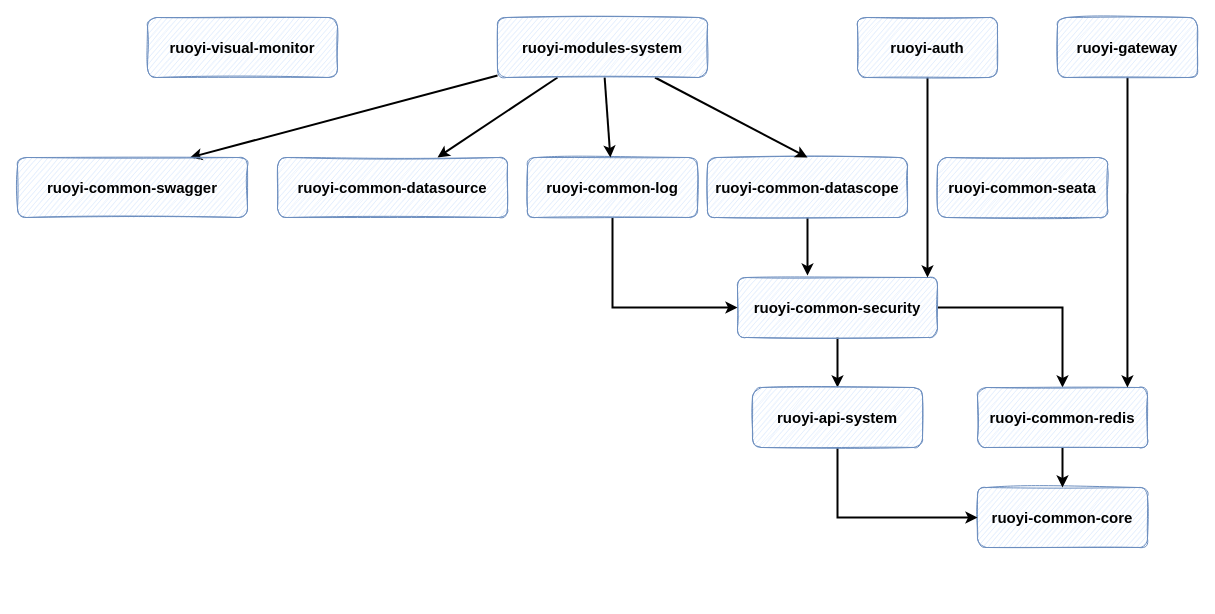
Before: static/images/cloud/若依Maven依赖图.drawio in FangYuan33/book-spring-cloud, a draw.io diagram. Source tidied: cells renumbered, new cells numbered last; positions are measured from the earlier drawing's top-left corner, leaving out a move shared by most shapes. Both pictures are drawn from the tidied source at 100%, with x=0, y=0 at pixel (17, 17).
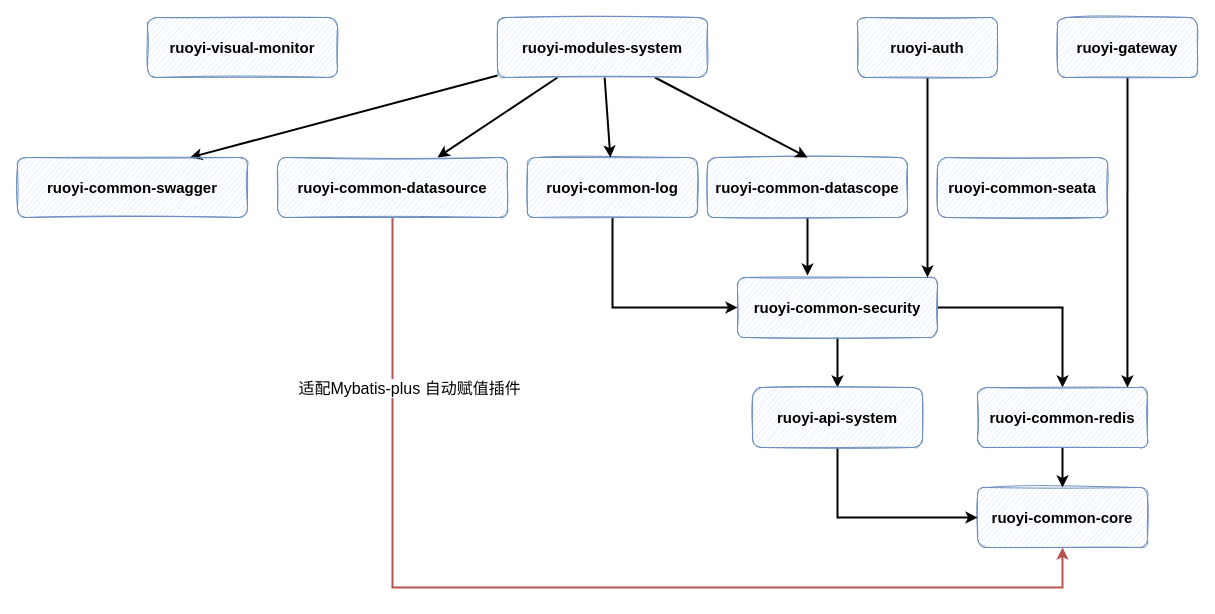
The same diagram, later.

The change refers to these unchanged cells:
```xml
<mxCell id="2" value="&lt;font style=&quot;font-size: 15px;&quot;&gt;&lt;b&gt;ruoyi-common-core&lt;/b&gt;&lt;/font&gt;" style="rounded=1;whiteSpace=wrap;html=1;fillColor=#dae8fc;strokeColor=#6c8ebf;sketch=1;" parent="1" vertex="1">
  <mxGeometry x="960" y="470" width="170" height="60" as="geometry" />
</mxCell>
<mxCell id="24" value="&lt;font style=&quot;font-size: 15px;&quot;&gt;&lt;b&gt;ruoyi-common-datasource&lt;/b&gt;&lt;/font&gt;" style="rounded=1;whiteSpace=wrap;html=1;fillColor=#dae8fc;strokeColor=#6c8ebf;sketch=1;" parent="1" vertex="1">
  <mxGeometry x="260" y="140" width="230" height="60" as="geometry" />
</mxCell>
```

Diff of the diagram source:
```diff
@@
+    <mxCell id="27" style="edgeStyle=orthogonalEdgeStyle;rounded=0;jettySize=auto;html=1;fontSize=16;strokeWidth=2;fillColor=#f8cecc;strokeColor=#b85450;" parent="1" edge="1" source="24" target="2">
+      <mxGeometry relative="1" as="geometry">
+        <Array as="points">
+          <mxPoint x="375" y="570" />
+          <mxPoint x="1045" y="570" />
+        </Array>
+      </mxGeometry>
+    </mxCell>
+    <mxCell id="28" value="适配Mybatis-plus 自动赋值插件" style="edgeLabel;html=1;align=center;verticalAlign=middle;fontSize=16;" parent="27" vertex="1">
+      <mxGeometry x="0.39" y="-3" relative="1" as="geometry">
+        <mxPoint x="-365" y="-203" as="offset" />
+      </mxGeometry>
+    </mxCell>
```
